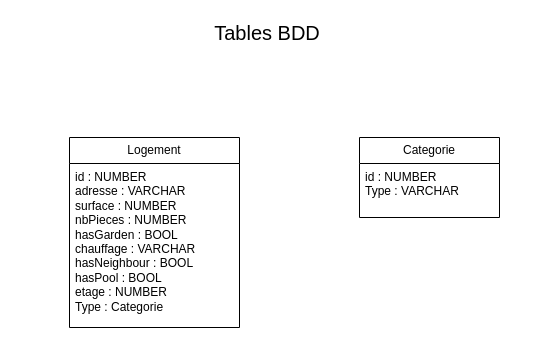
The draw.io diagram page "Page-2" (2 of 2) of UML/Java_Projet.drawio in QuentinSanterne/Projet_Java_M2I, before the edit. Source tidied: cells renumbered, new cells numbered last; positions are measured from the earlier drawing's top-left corner, leaving out a move shared by most shapes. Both pictures are drawn from the tidied source at 100%, with x=0, y=0 at pixel (69, 17).
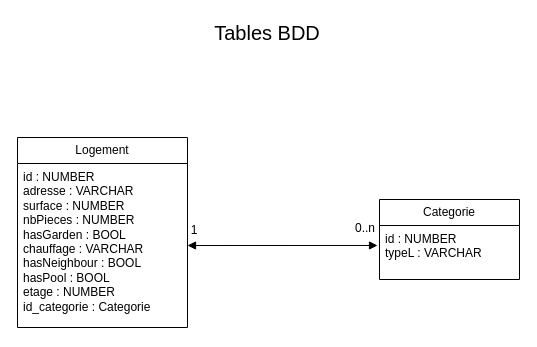
The same diagram, later.

Diff of the diagram source:
```diff
@@
 <mxGraphModel>
   <root>
     <mxCell id="0" />
     <mxCell id="1" parent="0" />
     <mxCell id="2" value="&lt;font style=&quot;font-size: 20px;&quot;&gt;Tables BDD&lt;/font&gt;" style="text;html=1;align=center;verticalAlign=middle;whiteSpace=wrap;rounded=0;" parent="1" vertex="1">
       <mxGeometry x="130" width="136" height="30" as="geometry" />
     </mxCell>
     <mxCell id="3" value="Logement" style="swimlane;fontStyle=0;horizontal=1;startSize=26;fillColor=none;whiteSpace=wrap;html=1;" parent="1" vertex="1">
-      <mxGeometry y="120" width="170" height="190" as="geometry" />
+      <mxGeometry x="-52" y="120" width="170" height="190" as="geometry" />
     </mxCell>
-    <mxCell id="4" value="id : NUMBER&lt;div&gt;adresse : VARCHAR&lt;/div&gt;&lt;div&gt;surface : NUMBER&lt;/div&gt;&lt;div&gt;&lt;div style=&quot;background-color: rgb(255, 255, 255);&quot;&gt;nbPieces : NUMBER&lt;/div&gt;&lt;div style=&quot;background-color: rgb(255, 255, 255);&quot;&gt;hasGarden : BOOL&lt;/div&gt;&lt;div style=&quot;background-color: rgb(255, 255, 255);&quot;&gt;chauffage : VARCHAR&lt;/div&gt;&lt;/div&gt;&lt;div style=&quot;background-color: rgb(255, 255, 255);&quot;&gt;hasNeighbour : BOOL&lt;/div&gt;&lt;div style=&quot;background-color: rgb(255, 255, 255);&quot;&gt;hasPool : BOOL&lt;/div&gt;&lt;div style=&quot;background-color: rgb(255, 255, 255);&quot;&gt;etage : NUMBER&lt;/div&gt;&lt;div style=&quot;background-color: rgb(255, 255, 255);&quot;&gt;Type : Categorie&lt;/div&gt;" style="text;strokeColor=none;fillColor=none;align=left;verticalAlign=top;spacingLeft=4;spacingRight=4;overflow=hidden;points=[[0,0.5],[1,0.5]];portConstraint=eastwest;whiteSpace=wrap;html=1;" parent="3" vertex="1">
+    <mxCell id="4" value="id : NUMBER&lt;div&gt;adresse : VARCHAR&lt;/div&gt;&lt;div&gt;surface : NUMBER&lt;/div&gt;&lt;div&gt;&lt;div style=&quot;background-color: rgb(255, 255, 255);&quot;&gt;nbPieces : NUMBER&lt;/div&gt;&lt;div style=&quot;background-color: rgb(255, 255, 255);&quot;&gt;hasGarden : BOOL&lt;/div&gt;&lt;div style=&quot;background-color: rgb(255, 255, 255);&quot;&gt;chauffage : VARCHAR&lt;/div&gt;&lt;/div&gt;&lt;div style=&quot;background-color: rgb(255, 255, 255);&quot;&gt;hasNeighbour : BOOL&lt;/div&gt;&lt;div style=&quot;background-color: rgb(255, 255, 255);&quot;&gt;hasPool : BOOL&lt;/div&gt;&lt;div style=&quot;background-color: rgb(255, 255, 255);&quot;&gt;etage : NUMBER&lt;/div&gt;&lt;div style=&quot;background-color: rgb(255, 255, 255);&quot;&gt;id_categorie : Categorie&lt;/div&gt;" style="text;strokeColor=none;fillColor=none;align=left;verticalAlign=top;spacingLeft=4;spacingRight=4;overflow=hidden;points=[[0,0.5],[1,0.5]];portConstraint=eastwest;whiteSpace=wrap;html=1;" parent="3" vertex="1">
       <mxGeometry y="26" width="170" height="164" as="geometry" />
     </mxCell>
     <mxCell id="5" value="Categorie" style="swimlane;fontStyle=0;horizontal=1;startSize=26;fillColor=none;whiteSpace=wrap;html=1;" parent="1" vertex="1">
-      <mxGeometry x="290" y="120" width="140" height="80" as="geometry" />
+      <mxGeometry x="310" y="182" width="140" height="80" as="geometry" />
     </mxCell>
-    <mxCell id="6" value="id : NUMBER&lt;div&gt;Type : VARCHAR&lt;/div&gt;" style="text;strokeColor=none;fillColor=none;align=left;verticalAlign=top;spacingLeft=4;spacingRight=4;overflow=hidden;points=[[0,0.5],[1,0.5]];portConstraint=eastwest;whiteSpace=wrap;html=1;" parent="5" vertex="1">
+    <mxCell id="6" value="id : NUMBER&lt;div&gt;typeL : VARCHAR&lt;/div&gt;" style="text;strokeColor=none;fillColor=none;align=left;verticalAlign=top;spacingLeft=4;spacingRight=4;overflow=hidden;points=[[0,0.5],[1,0.5]];portConstraint=eastwest;whiteSpace=wrap;html=1;" parent="5" vertex="1">
       <mxGeometry y="26" width="140" height="54" as="geometry" />
     </mxCell>
+    <mxCell id="7" style="endArrow=block;startArrow=block;endFill=1;startFill=1;html=1;rounded=0;entryX=-0.014;entryY=0.37;entryDx=0;entryDy=0;entryPerimeter=0;exitX=1;exitY=0.5;exitDx=0;exitDy=0;" parent="1" edge="1" source="4" target="6">
+      <mxGeometry relative="1" as="geometry" />
+    </mxCell>
+    <mxCell id="8" value="1" style="text;html=1;align=center;verticalAlign=middle;whiteSpace=wrap;rounded=0;" parent="1" vertex="1">
+      <mxGeometry x="95" y="198" width="60" height="30" as="geometry" />
+    </mxCell>
+    <mxCell id="9" value="0..n" style="text;html=1;align=center;verticalAlign=middle;whiteSpace=wrap;rounded=0;" parent="1" vertex="1">
+      <mxGeometry x="266" y="196" width="60" height="30" as="geometry" />
+    </mxCell>
   </root>
 </mxGraphModel>
```
